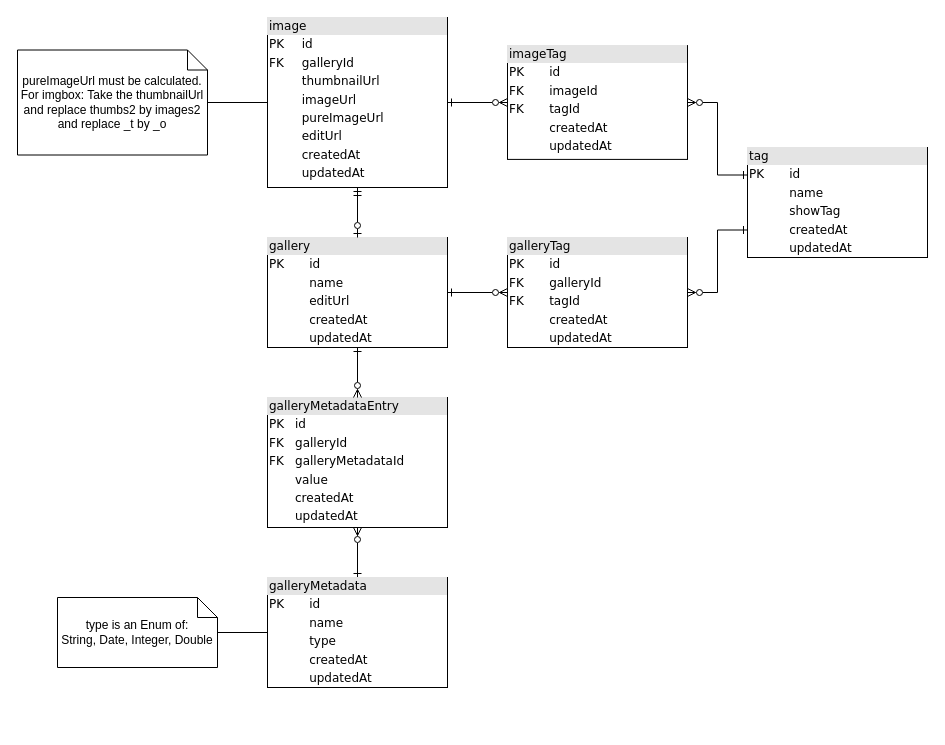
Kokogino/online-gallery-manager keeps this draw.io diagram as docs/OGM-DB.drawio. Above is the earlier version. Source tidied: cells renumbered, new cells numbered last; positions are measured from the earlier drawing's top-left corner, leaving out a move shared by most shapes. Both pictures are drawn from the tidied source at 100%, with x=0, y=0 at pixel (17, 17).
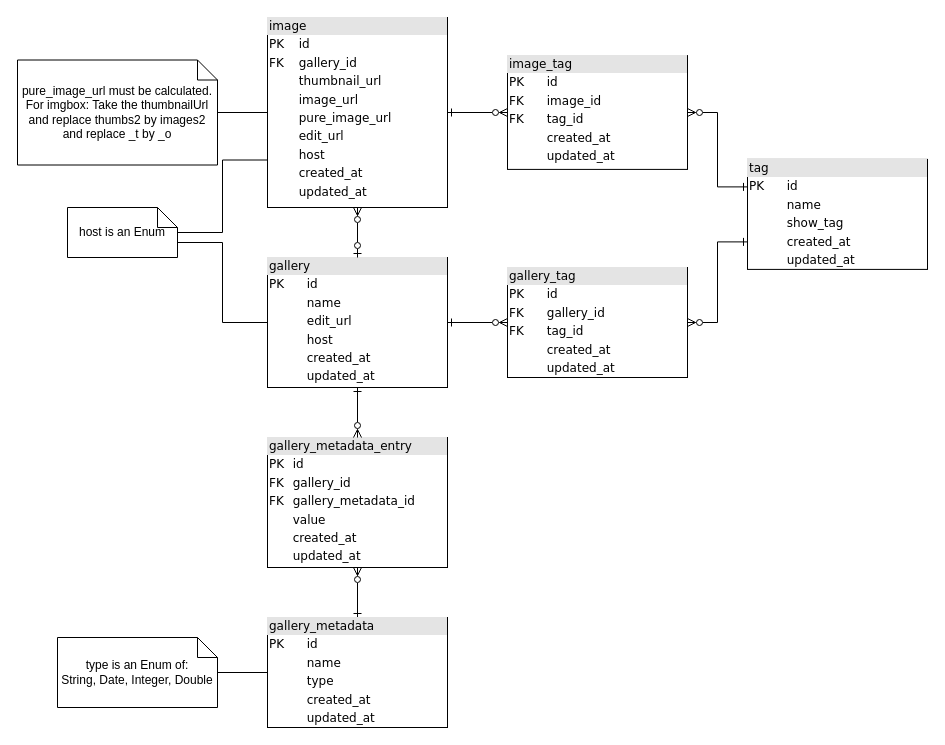
The same page after the edit.

Diff of the diagram source:
```diff
@@
-    <mxCell id="3" value="&lt;div style=&quot;box-sizing:border-box;width:100%;background:#e4e4e4;padding:2px;&quot;&gt;image&lt;/div&gt;&lt;table style=&quot;width:100%;font-size:1em;&quot; cellpadding=&quot;2&quot; cellspacing=&quot;0&quot;&gt;&lt;tbody&gt;&lt;tr&gt;&lt;td&gt;PK&lt;/td&gt;&lt;td&gt;id&lt;/td&gt;&lt;/tr&gt;&lt;tr&gt;&lt;td&gt;FK&lt;/td&gt;&lt;td&gt;galleryId&lt;/td&gt;&lt;/tr&gt;&lt;tr&gt;&lt;td&gt;&lt;/td&gt;&lt;td&gt;thumbnailUrl&lt;br&gt;&lt;/td&gt;&lt;/tr&gt;&lt;tr&gt;&lt;td&gt;&lt;br&gt;&lt;/td&gt;&lt;td&gt;imageUrl&lt;br&gt;&lt;/td&gt;&lt;/tr&gt;&lt;tr&gt;&lt;td&gt;&lt;br&gt;&lt;/td&gt;&lt;td&gt;pureImageUrl&lt;br&gt;&lt;/td&gt;&lt;/tr&gt;&lt;tr&gt;&lt;td&gt;&lt;br&gt;&lt;/td&gt;&lt;td&gt;editUrl&lt;/td&gt;&lt;/tr&gt;&lt;tr&gt;&lt;td&gt;&lt;br&gt;&lt;/td&gt;&lt;td&gt;createdAt&lt;/td&gt;&lt;/tr&gt;&lt;tr&gt;&lt;td&gt;&lt;br&gt;&lt;/td&gt;&lt;td&gt;updatedAt&lt;/td&gt;&lt;/tr&gt;&lt;/tbody&gt;&lt;/table&gt;" style="verticalAlign=top;align=left;overflow=fill;html=1;rounded=0;shadow=0;comic=0;labelBackgroundColor=none;strokeWidth=1;fontFamily=Verdana;fontSize=12;" parent="1" vertex="1">
-      <mxGeometry x="250" width="180" height="170" as="geometry" />
+    <mxCell id="3" value="&lt;div style=&quot;box-sizing:border-box;width:100%;background:#e4e4e4;padding:2px;&quot;&gt;image&lt;/div&gt;&lt;table style=&quot;width:100%;font-size:1em;&quot; cellpadding=&quot;2&quot; cellspacing=&quot;0&quot;&gt;&lt;tbody&gt;&lt;tr&gt;&lt;td&gt;PK&lt;/td&gt;&lt;td&gt;id&lt;/td&gt;&lt;/tr&gt;&lt;tr&gt;&lt;td&gt;FK&lt;/td&gt;&lt;td&gt;gallery_id&lt;/td&gt;&lt;/tr&gt;&lt;tr&gt;&lt;td&gt;&lt;/td&gt;&lt;td&gt;thumbnail_url&lt;br&gt;&lt;/td&gt;&lt;/tr&gt;&lt;tr&gt;&lt;td&gt;&lt;br&gt;&lt;/td&gt;&lt;td&gt;image_url&lt;br&gt;&lt;/td&gt;&lt;/tr&gt;&lt;tr&gt;&lt;td&gt;&lt;br&gt;&lt;/td&gt;&lt;td&gt;pure_image_url&lt;br&gt;&lt;/td&gt;&lt;/tr&gt;&lt;tr&gt;&lt;td&gt;&lt;br&gt;&lt;/td&gt;&lt;td&gt;edit_url&lt;/td&gt;&lt;/tr&gt;&lt;tr&gt;&lt;td&gt;&lt;br&gt;&lt;/td&gt;&lt;td&gt;host&lt;/td&gt;&lt;/tr&gt;&lt;tr&gt;&lt;td&gt;&lt;br&gt;&lt;/td&gt;&lt;td&gt;created_at&lt;/td&gt;&lt;/tr&gt;&lt;tr&gt;&lt;td&gt;&lt;br&gt;&lt;/td&gt;&lt;td&gt;updated_at&lt;/td&gt;&lt;/tr&gt;&lt;/tbody&gt;&lt;/table&gt;" style="verticalAlign=top;align=left;overflow=fill;html=1;rounded=0;shadow=0;comic=0;labelBackgroundColor=none;strokeWidth=1;fontFamily=Verdana;fontSize=12;" parent="1" vertex="1">
+      <mxGeometry x="250" width="180" height="190" as="geometry" />
     </mxCell>
@@
-    <mxCell id="5" value="&lt;div style=&quot;box-sizing: border-box ; width: 100% ; background: #e4e4e4 ; padding: 2px&quot;&gt;galleryMetadata&lt;/div&gt;&lt;table style=&quot;width: 100% ; font-size: 1em&quot; cellpadding=&quot;2&quot; cellspacing=&quot;0&quot;&gt;&lt;tbody&gt;&lt;tr&gt;&lt;td&gt;PK&lt;/td&gt;&lt;td&gt;id&lt;/td&gt;&lt;/tr&gt;&lt;tr&gt;&lt;td&gt;&lt;/td&gt;&lt;td&gt;name&lt;/td&gt;&lt;/tr&gt;&lt;tr&gt;&lt;td&gt;&lt;br&gt;&lt;/td&gt;&lt;td&gt;type&lt;/td&gt;&lt;/tr&gt;&lt;tr&gt;&lt;td&gt;&lt;br&gt;&lt;/td&gt;&lt;td&gt;createdAt&lt;/td&gt;&lt;/tr&gt;&lt;tr&gt;&lt;td&gt;&lt;br&gt;&lt;/td&gt;&lt;td&gt;updatedAt&lt;/td&gt;&lt;/tr&gt;&lt;/tbody&gt;&lt;/table&gt;" style="verticalAlign=top;align=left;overflow=fill;html=1;rounded=0;shadow=0;comic=0;labelBackgroundColor=none;strokeWidth=1;fontFamily=Verdana;fontSize=12;" parent="1" vertex="1">
-      <mxGeometry x="250" y="560" width="180" height="110" as="geometry" />
+    <mxCell id="5" value="&lt;div style=&quot;box-sizing: border-box ; width: 100% ; background: #e4e4e4 ; padding: 2px&quot;&gt;gallery_metadata&lt;/div&gt;&lt;table style=&quot;width: 100% ; font-size: 1em&quot; cellpadding=&quot;2&quot; cellspacing=&quot;0&quot;&gt;&lt;tbody&gt;&lt;tr&gt;&lt;td&gt;PK&lt;/td&gt;&lt;td&gt;id&lt;/td&gt;&lt;/tr&gt;&lt;tr&gt;&lt;td&gt;&lt;/td&gt;&lt;td&gt;name&lt;/td&gt;&lt;/tr&gt;&lt;tr&gt;&lt;td&gt;&lt;br&gt;&lt;/td&gt;&lt;td&gt;type&lt;/td&gt;&lt;/tr&gt;&lt;tr&gt;&lt;td&gt;&lt;br&gt;&lt;/td&gt;&lt;td&gt;created_at&lt;/td&gt;&lt;/tr&gt;&lt;tr&gt;&lt;td&gt;&lt;br&gt;&lt;/td&gt;&lt;td&gt;updated_at&lt;br&gt;&lt;/td&gt;&lt;/tr&gt;&lt;/tbody&gt;&lt;/table&gt;" style="verticalAlign=top;align=left;overflow=fill;html=1;rounded=0;shadow=0;comic=0;labelBackgroundColor=none;strokeWidth=1;fontFamily=Verdana;fontSize=12;" parent="1" vertex="1">
+      <mxGeometry x="250" y="600" width="180" height="110" as="geometry" />
     </mxCell>
-    <mxCell id="6" value="&lt;div style=&quot;box-sizing: border-box ; width: 100% ; background: #e4e4e4 ; padding: 2px&quot;&gt;galleryMetadataEntry&lt;/div&gt;&lt;table style=&quot;width: 100% ; font-size: 1em&quot; cellpadding=&quot;2&quot; cellspacing=&quot;0&quot;&gt;&lt;tbody&gt;&lt;tr&gt;&lt;td&gt;PK&lt;/td&gt;&lt;td&gt;id&lt;/td&gt;&lt;/tr&gt;&lt;tr&gt;&lt;td&gt;FK&lt;/td&gt;&lt;td&gt;galleryId&lt;/td&gt;&lt;/tr&gt;&lt;tr&gt;&lt;td&gt;FK&lt;/td&gt;&lt;td&gt;galleryMetadataId&lt;/td&gt;&lt;/tr&gt;&lt;tr&gt;&lt;td&gt;&lt;br&gt;&lt;/td&gt;&lt;td&gt;value&lt;br&gt;&lt;/td&gt;&lt;/tr&gt;&lt;tr&gt;&lt;td&gt;&lt;br&gt;&lt;/td&gt;&lt;td&gt;createdAt&lt;/td&gt;&lt;/tr&gt;&lt;tr&gt;&lt;td&gt;&lt;br&gt;&lt;/td&gt;&lt;td&gt;updatedAt&lt;/td&gt;&lt;/tr&gt;&lt;/tbody&gt;&lt;/table&gt;" style="verticalAlign=top;align=left;overflow=fill;html=1;rounded=0;shadow=0;comic=0;labelBackgroundColor=none;strokeWidth=1;fontFamily=Verdana;fontSize=12;" parent="1" vertex="1">
-      <mxGeometry x="250" y="380" width="180" height="130" as="geometry" />
+    <mxCell id="6" value="&lt;div style=&quot;box-sizing: border-box ; width: 100% ; background: #e4e4e4 ; padding: 2px&quot;&gt;gallery_metadata_entry&lt;/div&gt;&lt;table style=&quot;width: 100% ; font-size: 1em&quot; cellpadding=&quot;2&quot; cellspacing=&quot;0&quot;&gt;&lt;tbody&gt;&lt;tr&gt;&lt;td&gt;PK&lt;/td&gt;&lt;td&gt;id&lt;/td&gt;&lt;/tr&gt;&lt;tr&gt;&lt;td&gt;FK&lt;/td&gt;&lt;td&gt;gallery_id&lt;/td&gt;&lt;/tr&gt;&lt;tr&gt;&lt;td&gt;FK&lt;/td&gt;&lt;td&gt;gallery_metadata_id&lt;/td&gt;&lt;/tr&gt;&lt;tr&gt;&lt;td&gt;&lt;br&gt;&lt;/td&gt;&lt;td&gt;value&lt;br&gt;&lt;/td&gt;&lt;/tr&gt;&lt;tr&gt;&lt;td&gt;&lt;br&gt;&lt;/td&gt;&lt;td&gt;created_at&lt;/td&gt;&lt;/tr&gt;&lt;tr&gt;&lt;td&gt;&lt;br&gt;&lt;/td&gt;&lt;td&gt;updated_at&lt;br&gt;&lt;/td&gt;&lt;/tr&gt;&lt;/tbody&gt;&lt;/table&gt;" style="verticalAlign=top;align=left;overflow=fill;html=1;rounded=0;shadow=0;comic=0;labelBackgroundColor=none;strokeWidth=1;fontFamily=Verdana;fontSize=12;" parent="1" vertex="1">
+      <mxGeometry x="250" y="420" width="180" height="130" as="geometry" />
     </mxCell>
@@
-    <mxCell id="9" value="&lt;div style=&quot;box-sizing:border-box;width:100%;background:#e4e4e4;padding:2px;&quot;&gt;gallery&lt;/div&gt;&lt;table style=&quot;width:100%;font-size:1em;&quot; cellpadding=&quot;2&quot; cellspacing=&quot;0&quot;&gt;&lt;tbody&gt;&lt;tr&gt;&lt;td&gt;PK&lt;/td&gt;&lt;td&gt;id&lt;/td&gt;&lt;/tr&gt;&lt;tr&gt;&lt;td&gt;&lt;/td&gt;&lt;td&gt;name&lt;/td&gt;&lt;/tr&gt;&lt;tr&gt;&lt;td&gt;&lt;br&gt;&lt;/td&gt;&lt;td&gt;editUrl&lt;/td&gt;&lt;/tr&gt;&lt;tr&gt;&lt;td&gt;&lt;br&gt;&lt;/td&gt;&lt;td&gt;createdAt&lt;/td&gt;&lt;/tr&gt;&lt;tr&gt;&lt;td&gt;&lt;br&gt;&lt;/td&gt;&lt;td&gt;updatedAt&lt;/td&gt;&lt;/tr&gt;&lt;/tbody&gt;&lt;/table&gt;" style="verticalAlign=top;align=left;overflow=fill;html=1;rounded=0;shadow=0;comic=0;labelBackgroundColor=none;strokeWidth=1;fontFamily=Verdana;fontSize=12;" parent="1" vertex="1">
-      <mxGeometry x="250" y="220" width="180" height="110" as="geometry" />
+    <mxCell id="9" value="&lt;div style=&quot;box-sizing:border-box;width:100%;background:#e4e4e4;padding:2px;&quot;&gt;gallery&lt;/div&gt;&lt;table style=&quot;width:100%;font-size:1em;&quot; cellpadding=&quot;2&quot; cellspacing=&quot;0&quot;&gt;&lt;tbody&gt;&lt;tr&gt;&lt;td&gt;PK&lt;/td&gt;&lt;td&gt;id&lt;/td&gt;&lt;/tr&gt;&lt;tr&gt;&lt;td&gt;&lt;/td&gt;&lt;td&gt;name&lt;/td&gt;&lt;/tr&gt;&lt;tr&gt;&lt;td&gt;&lt;br&gt;&lt;/td&gt;&lt;td&gt;edit_url&lt;/td&gt;&lt;/tr&gt;&lt;tr&gt;&lt;td&gt;&lt;br&gt;&lt;/td&gt;&lt;td&gt;host&lt;/td&gt;&lt;/tr&gt;&lt;tr&gt;&lt;td&gt;&lt;br&gt;&lt;/td&gt;&lt;td&gt;created_at&lt;br&gt;&lt;/td&gt;&lt;/tr&gt;&lt;tr&gt;&lt;td&gt;&lt;br&gt;&lt;/td&gt;&lt;td&gt;updated_at&lt;br&gt;&lt;/td&gt;&lt;/tr&gt;&lt;/tbody&gt;&lt;/table&gt;" style="verticalAlign=top;align=left;overflow=fill;html=1;rounded=0;shadow=0;comic=0;labelBackgroundColor=none;strokeWidth=1;fontFamily=Verdana;fontSize=12;" parent="1" vertex="1">
+      <mxGeometry x="250" y="240" width="180" height="130" as="geometry" />
     </mxCell>
-    <mxCell id="10" style="edgeStyle=orthogonalEdgeStyle;html=1;endArrow=ERzeroToOne;startArrow=ERmandOne;labelBackgroundColor=none;fontFamily=Verdana;fontSize=12;align=left;exitX=0.5;exitY=1;entryX=0.5;entryY=0;endFill=0;" parent="1" edge="1" source="3" target="9">
+    <mxCell id="10" style="edgeStyle=orthogonalEdgeStyle;html=1;endArrow=ERzeroToOne;startArrow=ERzeroToMany;labelBackgroundColor=none;fontFamily=Verdana;fontSize=12;align=left;exitX=0.5;exitY=1;entryX=0.5;entryY=0;endFill=0;startFill=0;" parent="1" edge="1" source="3" target="9">
       <mxGeometry relative="1" as="geometry" />
     </mxCell>
@@
-    <mxCell id="12" value="pureImageUrl must be calculated.&lt;div&gt;For imgbox: Take the thumbnailUrl and replace thumbs2 by images2 and replace _t by _o&lt;/div&gt;" style="shape=note;size=20;whiteSpace=wrap;html=1;" parent="1" vertex="1">
-      <mxGeometry y="32.5" width="190" height="105" as="geometry" />
+    <mxCell id="12" value="pure_image_url must be calculated.&lt;div&gt;For imgbox: Take the thumbnailUrl and replace thumbs2 by images2 and replace _t by _o&lt;/div&gt;" style="shape=note;size=20;whiteSpace=wrap;html=1;" parent="1" vertex="1">
+      <mxGeometry y="42.5" width="200" height="105" as="geometry" />
     </mxCell>
@@
     <mxCell id="14" value="type is an Enum of:&lt;div&gt;String, Date, Integer, Double&lt;/div&gt;" style="shape=note;size=20;whiteSpace=wrap;html=1;" parent="1" vertex="1">
-      <mxGeometry x="40" y="580" width="160" height="70" as="geometry" />
+      <mxGeometry x="40" y="620" width="160" height="70" as="geometry" />
     </mxCell>
-    <mxCell id="15" value="&lt;div style=&quot;box-sizing:border-box;width:100%;background:#e4e4e4;padding:2px;&quot;&gt;tag&lt;/div&gt;&lt;table style=&quot;width:100%;font-size:1em;&quot; cellpadding=&quot;2&quot; cellspacing=&quot;0&quot;&gt;&lt;tbody&gt;&lt;tr&gt;&lt;td&gt;PK&lt;/td&gt;&lt;td&gt;id&lt;/td&gt;&lt;/tr&gt;&lt;tr&gt;&lt;td&gt;&lt;/td&gt;&lt;td&gt;name&lt;/td&gt;&lt;/tr&gt;&lt;tr&gt;&lt;td&gt;&lt;br&gt;&lt;/td&gt;&lt;td&gt;showTag&lt;/td&gt;&lt;/tr&gt;&lt;tr&gt;&lt;td&gt;&lt;br&gt;&lt;/td&gt;&lt;td&gt;createdAt&lt;/td&gt;&lt;/tr&gt;&lt;tr&gt;&lt;td&gt;&lt;br&gt;&lt;/td&gt;&lt;td&gt;updatedAt&lt;/td&gt;&lt;/tr&gt;&lt;/tbody&gt;&lt;/table&gt;" style="verticalAlign=top;align=left;overflow=fill;html=1;rounded=0;shadow=0;comic=0;labelBackgroundColor=none;strokeWidth=1;fontFamily=Verdana;fontSize=12;" parent="1" vertex="1">
-      <mxGeometry x="730" y="130" width="180" height="110" as="geometry" />
+    <mxCell id="15" value="&lt;div style=&quot;box-sizing:border-box;width:100%;background:#e4e4e4;padding:2px;&quot;&gt;tag&lt;/div&gt;&lt;table style=&quot;width:100%;font-size:1em;&quot; cellpadding=&quot;2&quot; cellspacing=&quot;0&quot;&gt;&lt;tbody&gt;&lt;tr&gt;&lt;td&gt;PK&lt;/td&gt;&lt;td&gt;id&lt;/td&gt;&lt;/tr&gt;&lt;tr&gt;&lt;td&gt;&lt;/td&gt;&lt;td&gt;name&lt;/td&gt;&lt;/tr&gt;&lt;tr&gt;&lt;td&gt;&lt;br&gt;&lt;/td&gt;&lt;td&gt;show_tag&lt;/td&gt;&lt;/tr&gt;&lt;tr&gt;&lt;td&gt;&lt;br&gt;&lt;/td&gt;&lt;td&gt;created_at&lt;/td&gt;&lt;/tr&gt;&lt;tr&gt;&lt;td&gt;&lt;br&gt;&lt;/td&gt;&lt;td&gt;updated_at&lt;br&gt;&lt;/td&gt;&lt;/tr&gt;&lt;/tbody&gt;&lt;/table&gt;" style="verticalAlign=top;align=left;overflow=fill;html=1;rounded=0;shadow=0;comic=0;labelBackgroundColor=none;strokeWidth=1;fontFamily=Verdana;fontSize=12;" parent="1" vertex="1">
+      <mxGeometry x="730" y="141.9" width="180" height="110" as="geometry" />
     </mxCell>
@@
-    <mxCell id="17" value="&lt;div style=&quot;box-sizing:border-box;width:100%;background:#e4e4e4;padding:2px;&quot;&gt;imageTag&lt;/div&gt;&lt;table style=&quot;width:100%;font-size:1em;&quot; cellpadding=&quot;2&quot; cellspacing=&quot;0&quot;&gt;&lt;tbody&gt;&lt;tr&gt;&lt;td&gt;PK&lt;/td&gt;&lt;td&gt;id&lt;/td&gt;&lt;/tr&gt;&lt;tr&gt;&lt;td&gt;FK&lt;/td&gt;&lt;td&gt;imageId&lt;/td&gt;&lt;/tr&gt;&lt;tr&gt;&lt;td&gt;FK&lt;/td&gt;&lt;td&gt;tagId&lt;/td&gt;&lt;/tr&gt;&lt;tr&gt;&lt;td&gt;&lt;br&gt;&lt;/td&gt;&lt;td&gt;createdAt&lt;/td&gt;&lt;/tr&gt;&lt;tr&gt;&lt;td&gt;&lt;br&gt;&lt;/td&gt;&lt;td&gt;updatedAt&lt;/td&gt;&lt;/tr&gt;&lt;/tbody&gt;&lt;/table&gt;" style="verticalAlign=top;align=left;overflow=fill;html=1;rounded=0;shadow=0;comic=0;labelBackgroundColor=none;strokeWidth=1;fontFamily=Verdana;fontSize=12;" parent="1" vertex="1">
-      <mxGeometry x="490" y="28.1" width="180" height="113.8" as="geometry" />
+    <mxCell id="17" value="&lt;div style=&quot;box-sizing:border-box;width:100%;background:#e4e4e4;padding:2px;&quot;&gt;image_tag&lt;/div&gt;&lt;table style=&quot;width:100%;font-size:1em;&quot; cellpadding=&quot;2&quot; cellspacing=&quot;0&quot;&gt;&lt;tbody&gt;&lt;tr&gt;&lt;td&gt;PK&lt;/td&gt;&lt;td&gt;id&lt;/td&gt;&lt;/tr&gt;&lt;tr&gt;&lt;td&gt;FK&lt;/td&gt;&lt;td&gt;image_id&lt;/td&gt;&lt;/tr&gt;&lt;tr&gt;&lt;td&gt;FK&lt;/td&gt;&lt;td&gt;tag_id&lt;/td&gt;&lt;/tr&gt;&lt;tr&gt;&lt;td&gt;&lt;br&gt;&lt;/td&gt;&lt;td&gt;created_at&lt;/td&gt;&lt;/tr&gt;&lt;tr&gt;&lt;td&gt;&lt;br&gt;&lt;/td&gt;&lt;td&gt;updated_at&lt;/td&gt;&lt;/tr&gt;&lt;/tbody&gt;&lt;/table&gt;" style="verticalAlign=top;align=left;overflow=fill;html=1;rounded=0;shadow=0;comic=0;labelBackgroundColor=none;strokeWidth=1;fontFamily=Verdana;fontSize=12;" parent="1" vertex="1">
+      <mxGeometry x="490" y="38.1" width="180" height="113.8" as="geometry" />
     </mxCell>
@@
-    <mxCell id="19" value="&lt;div style=&quot;box-sizing:border-box;width:100%;background:#e4e4e4;padding:2px;&quot;&gt;galleryTag&lt;/div&gt;&lt;table style=&quot;width:100%;font-size:1em;&quot; cellpadding=&quot;2&quot; cellspacing=&quot;0&quot;&gt;&lt;tbody&gt;&lt;tr&gt;&lt;td&gt;PK&lt;/td&gt;&lt;td&gt;id&lt;/td&gt;&lt;/tr&gt;&lt;tr&gt;&lt;td&gt;FK&lt;/td&gt;&lt;td&gt;galleryId&lt;/td&gt;&lt;/tr&gt;&lt;tr&gt;&lt;td&gt;FK&lt;/td&gt;&lt;td&gt;tagId&lt;/td&gt;&lt;/tr&gt;&lt;tr&gt;&lt;td&gt;&lt;br&gt;&lt;/td&gt;&lt;td&gt;createdAt&lt;/td&gt;&lt;/tr&gt;&lt;tr&gt;&lt;td&gt;&lt;br&gt;&lt;/td&gt;&lt;td&gt;updatedAt&lt;/td&gt;&lt;/tr&gt;&lt;/tbody&gt;&lt;/table&gt;" style="verticalAlign=top;align=left;overflow=fill;html=1;rounded=0;shadow=0;comic=0;labelBackgroundColor=none;strokeWidth=1;fontFamily=Verdana;fontSize=12;" parent="1" vertex="1">
-      <mxGeometry x="490" y="220" width="180" height="110" as="geometry" />
+    <mxCell id="19" value="&lt;div style=&quot;box-sizing:border-box;width:100%;background:#e4e4e4;padding:2px;&quot;&gt;gallery_tag&lt;/div&gt;&lt;table style=&quot;width:100%;font-size:1em;&quot; cellpadding=&quot;2&quot; cellspacing=&quot;0&quot;&gt;&lt;tbody&gt;&lt;tr&gt;&lt;td&gt;PK&lt;/td&gt;&lt;td&gt;id&lt;/td&gt;&lt;/tr&gt;&lt;tr&gt;&lt;td&gt;FK&lt;/td&gt;&lt;td&gt;gallery_id&lt;/td&gt;&lt;/tr&gt;&lt;tr&gt;&lt;td&gt;FK&lt;/td&gt;&lt;td&gt;tag_id&lt;/td&gt;&lt;/tr&gt;&lt;tr&gt;&lt;td&gt;&lt;br&gt;&lt;/td&gt;&lt;td&gt;created_at&lt;/td&gt;&lt;/tr&gt;&lt;tr&gt;&lt;td&gt;&lt;br&gt;&lt;/td&gt;&lt;td&gt;updated_at&lt;br&gt;&lt;/td&gt;&lt;/tr&gt;&lt;/tbody&gt;&lt;/table&gt;" style="verticalAlign=top;align=left;overflow=fill;html=1;rounded=0;shadow=0;comic=0;labelBackgroundColor=none;strokeWidth=1;fontFamily=Verdana;fontSize=12;" parent="1" vertex="1">
+      <mxGeometry x="490" y="250" width="180" height="110" as="geometry" />
     </mxCell>
+    <mxCell id="20" style="edgeStyle=orthogonalEdgeStyle;rounded=0;jettySize=auto;html=1;entryX=0;entryY=0.75;entryDx=0;entryDy=0;endArrow=none;endFill=0;" parent="1" edge="1" source="22" target="3">
+      <mxGeometry relative="1" as="geometry" />
+    </mxCell>
+    <mxCell id="21" style="edgeStyle=orthogonalEdgeStyle;rounded=0;jettySize=auto;html=1;endArrow=none;endFill=0;exitX=0;exitY=0;exitDx=110;exitDy=35;exitPerimeter=0;" parent="1" edge="1" source="22" target="9">
+      <mxGeometry relative="1" as="geometry" />
+    </mxCell>
+    <mxCell id="22" value="host is an Enum" style="shape=note;size=20;whiteSpace=wrap;html=1;" parent="1" vertex="1">
+      <mxGeometry x="50" y="190" width="110" height="50" as="geometry" />
+    </mxCell>
```
